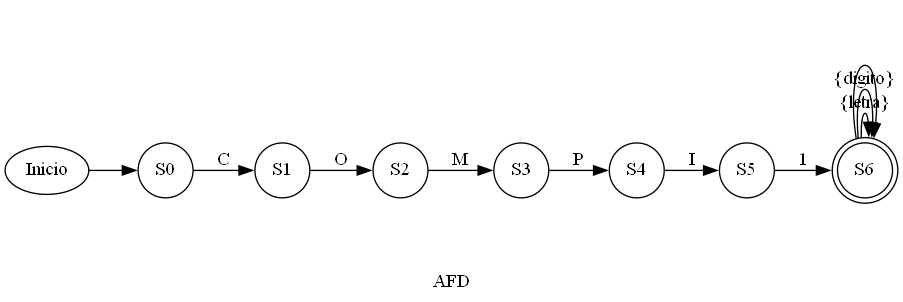
SeZamora/202002591_PY1_OLC1 keeps this Graphviz diagram as reportes/afd_202002591/Automata1.png. Above is the earlier version. Its source is kept beside it as reportes/afd_202002591/Automata1.dot. Its diagram source:
```dot
digraph G {
 rankdir=LR;
 label="AFD";
nodex [style=invisible label = ""];
nodeS0 [shape=circle label=S0];
nodeS1 [shape=circle label=S1];
nodeS2 [shape=circle label=S2];
nodeS3 [shape=circle label=S3];
nodeS4 [shape=circle label=S4];
nodeS5 [shape=circle label=S5];
nodeS6 [shape=circle label=S6];
Inicio->nodeS0;
 nodeS0 -> nodeS1 [label="C"];

 nodeS1 -> nodeS2 [label="O"];

 nodeS2 -> nodeS3 [label="M"];

 nodeS3 -> nodeS4 [label="P"];

 nodeS4 -> nodeS5 [label="I"];

 nodeS5 -> nodeS6 [label="1"];

 nodeS6 -> nodeS6 [label="{letra}"];

 nodeS6 -> nodeS6 [label="{digito}"];

 nodeS6 -> nodeS6 [label=" "];
nodeS6 [shape=doublecircle label=S6];
}
```
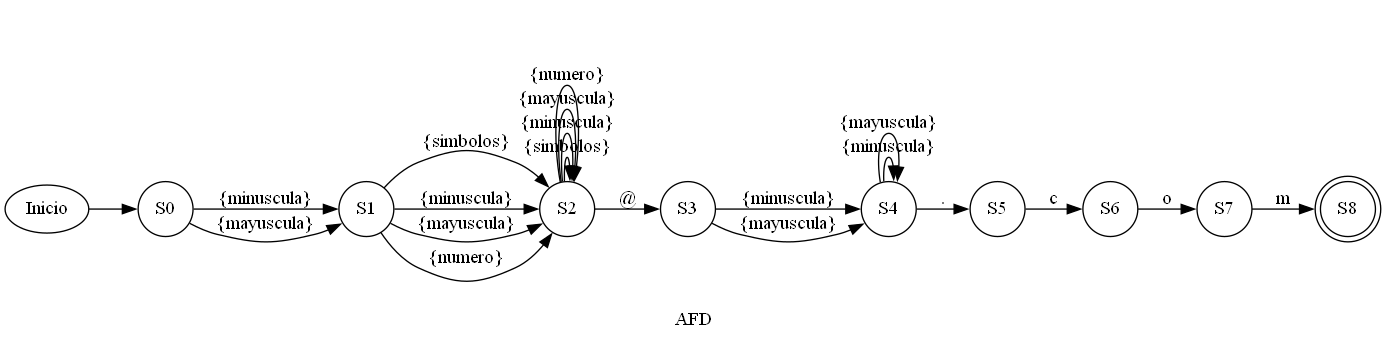
The same diagram one commit later.

The edit, as a diff of the source:
```diff
@@ -9,23 +9,45 @@
 nodeS4 [shape=circle label=S4];
 nodeS5 [shape=circle label=S5];
 nodeS6 [shape=circle label=S6];
+nodeS7 [shape=circle label=S7];
+nodeS8 [shape=circle label=S8];
 Inicio->nodeS0;
- nodeS0 -> nodeS1 [label="C"];
+ nodeS0 -> nodeS1 [label="{minuscula}"];
 
- nodeS1 -> nodeS2 [label="O"];
+ nodeS0 -> nodeS1 [label="{mayuscula}"];
 
- nodeS2 -> nodeS3 [label="M"];
+ nodeS1 -> nodeS2 [label="{simbolos}"];
 
- nodeS3 -> nodeS4 [label="P"];
+ nodeS1 -> nodeS2 [label="{minuscula}"];
 
- nodeS4 -> nodeS5 [label="I"];
+ nodeS1 -> nodeS2 [label="{mayuscula}"];
 
- nodeS5 -> nodeS6 [label="1"];
+ nodeS1 -> nodeS2 [label="{numero}"];
 
- nodeS6 -> nodeS6 [label="{letra}"];
+ nodeS2 -> nodeS2 [label="{simbolos}"];
 
- nodeS6 -> nodeS6 [label="{digito}"];
+ nodeS2 -> nodeS2 [label="{minuscula}"];
 
- nodeS6 -> nodeS6 [label=" "];
-nodeS6 [shape=doublecircle label=S6];
+ nodeS2 -> nodeS2 [label="{mayuscula}"];
+
+ nodeS2 -> nodeS2 [label="{numero}"];
+
+ nodeS2 -> nodeS3 [label="@"];
+
+ nodeS3 -> nodeS4 [label="{minuscula}"];
+
+ nodeS3 -> nodeS4 [label="{mayuscula}"];
+
+ nodeS4 -> nodeS4 [label="{minuscula}"];
+
+ nodeS4 -> nodeS4 [label="{mayuscula}"];
+
+ nodeS4 -> nodeS5 [label="."];
+
+ nodeS5 -> nodeS6 [label="c"];
+
+ nodeS6 -> nodeS7 [label="o"];
+
+ nodeS7 -> nodeS8 [label="m"];
+nodeS8 [shape=doublecircle label=S8];
 }
```
